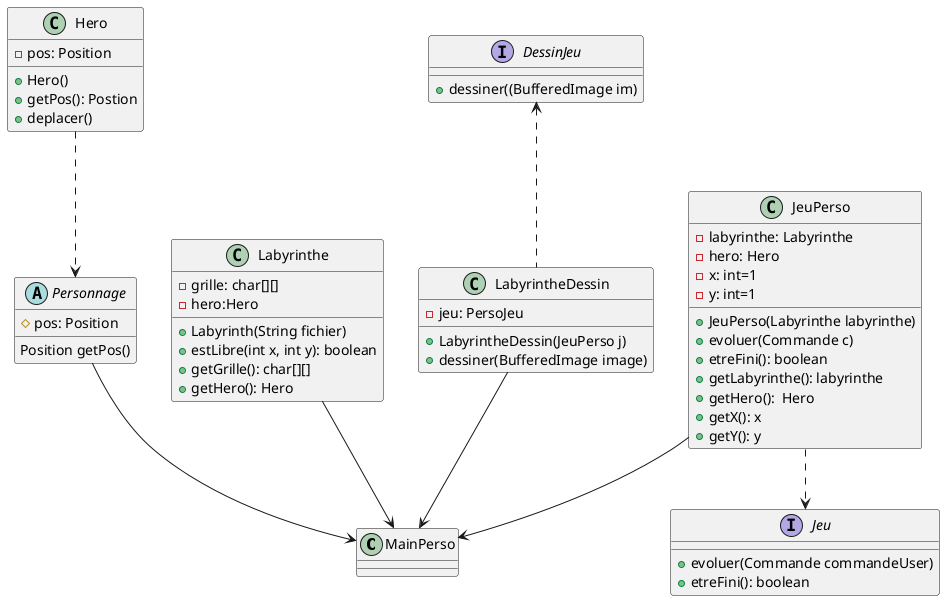
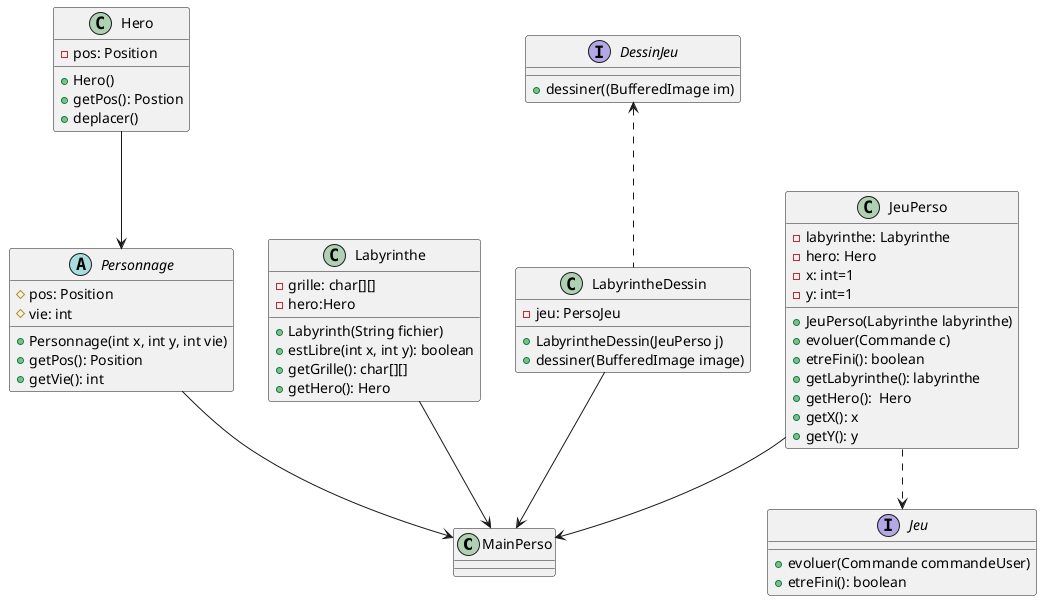
@startuml
'https://plantuml.com/class-diagram

class MainPerso

interface Jeu{
+evoluer(Commande commandeUser)
+etreFini(): boolean
}

abstract Personnage{
#pos: Position
- Position getPos()
+ #vie: int
+ +Personnage(int x, int y, int vie)
+ +getPos(): Position
+ +getVie(): int
}

class Hero{
-pos: Position
+Hero()
+getPos(): Postion
+deplacer()
}

class Labyrinthe{
-grille: char[][]
-hero:Hero
+Labyrinth(String fichier)
+estLibre(int x, int y): boolean
+getGrille(): char[][]
+getHero(): Hero
}

class LabyrintheDessin{
-jeu: PersoJeu
+LabyrintheDessin(JeuPerso j)
+dessiner(BufferedImage image)
}

interface DessinJeu{
+dessiner((BufferedImage im)
}

class JeuPerso{
-labyrinthe: Labyrinthe
-hero: Hero
-x: int=1
-y: int=1
+JeuPerso(Labyrinthe labyrinthe)
+evoluer(Commande c)
+etreFini(): boolean
+getLabyrinthe(): labyrinthe
+getHero():  Hero
+getX(): x
+getY(): y
}

- Hero ..> Personnage
+ Hero --> Personnage
Personnage --> MainPerso
Labyrinthe --> MainPerso

JeuPerso..>Jeu
LabyrintheDessin-->MainPerso
JeuPerso-->MainPerso

DessinJeu<.. LabyrintheDessin


@enduml